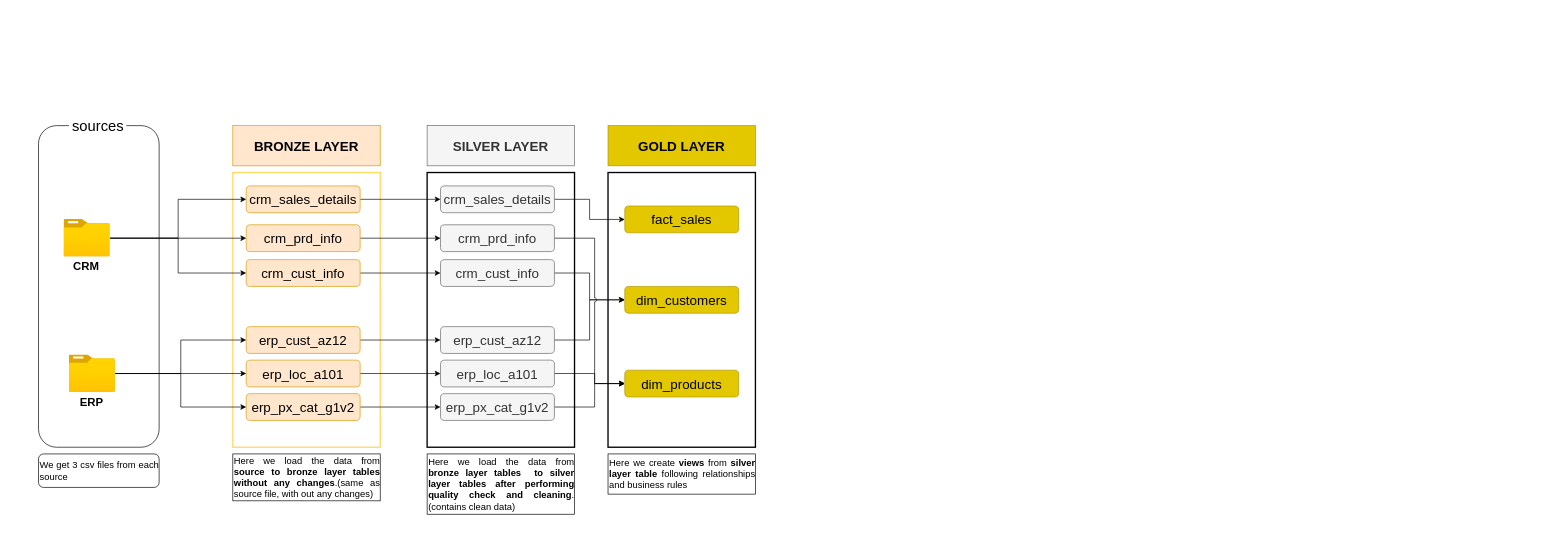
The draw.io diagram Document/Architecture.drawio in nithin831/postgress_dwh_and_analysis_project, before the edit. Source tidied: cells renumbered, new cells numbered last; positions are measured from the earlier drawing's top-left corner, leaving out a move shared by most shapes. Both pictures are drawn from the tidied source at 67%, with x=0, y=0 at pixel (38, 116).
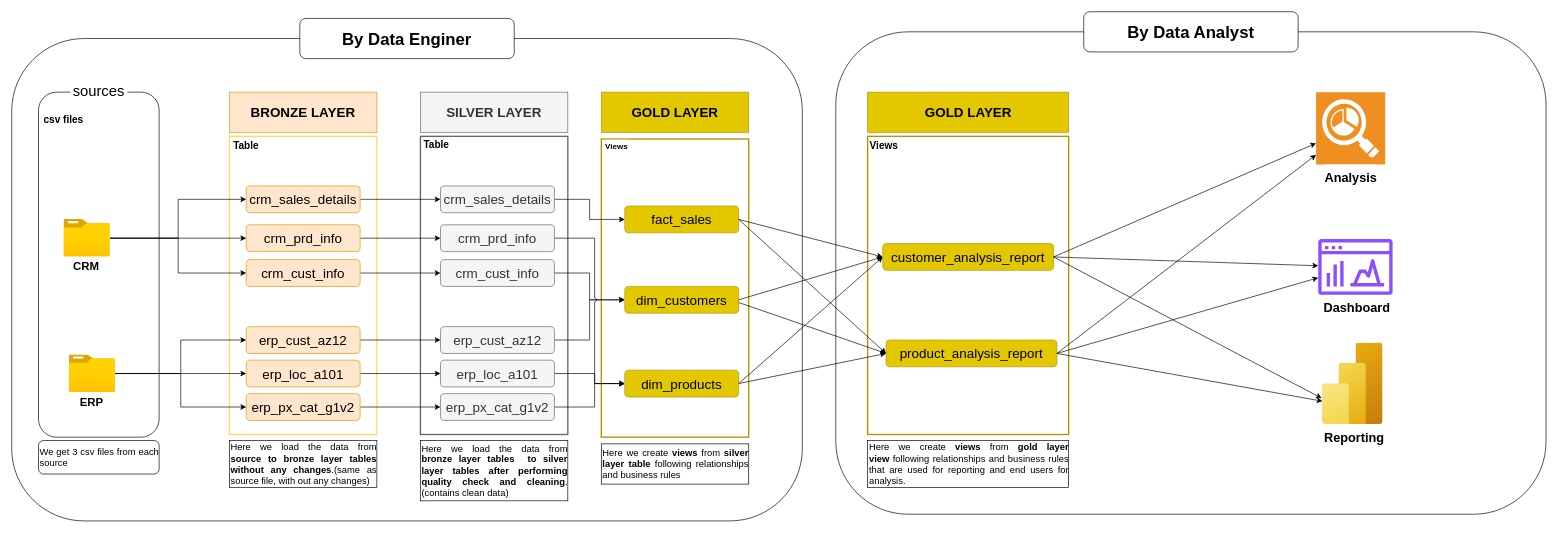
The same diagram, later.

Commit message (it also covers changes not shown here):
data_analysis

The change refers to these unchanged cells:
```xml
<mxCell id="47" value="&lt;font style=&quot;font-size: 20px;&quot;&gt;dim_customers&lt;/font&gt;" style="rounded=1;whiteSpace=wrap;html=1;fillColor=#e3c800;strokeColor=#B09500;fontColor=#000000;" parent="1" vertex="1">
  <mxGeometry x="875" y="254" width="170" height="40" as="geometry" />
</mxCell>
<mxCell id="48" value="&lt;font style=&quot;font-size: 20px;&quot;&gt;fact_sales&lt;/font&gt;" style="rounded=1;whiteSpace=wrap;html=1;fillColor=#e3c800;strokeColor=#B09500;fontColor=#000000;" parent="1" vertex="1">
  <mxGeometry x="875" y="134" width="170" height="40" as="geometry" />
</mxCell>
<mxCell id="49" value="&lt;font style=&quot;font-size: 20px;&quot;&gt;dim_products&lt;/font&gt;" style="rounded=1;whiteSpace=wrap;html=1;fillColor=#e3c800;strokeColor=#B09500;fontColor=#000000;" parent="1" vertex="1">
  <mxGeometry x="875" y="379" width="170" height="40" as="geometry" />
</mxCell>
```

Diff of the diagram source:
```diff
@@
+    <mxCell id="51" style="rounded=1;whiteSpace=wrap;html=1;" parent="1" vertex="1">
+      <mxGeometry x="1190" y="-126" width="1060" height="720" as="geometry" />
+    </mxCell>
+    <mxCell id="52" style="rounded=1;whiteSpace=wrap;html=1;" parent="1" vertex="1">
+      <mxGeometry x="-40" y="-116" width="1180" height="720" as="geometry" />
+    </mxCell>
-    <mxCell id="2" style="rounded=0;whiteSpace=wrap;html=1;strokeWidth=2;" parent="1" vertex="1">
-      <mxGeometry x="850" y="84" width="220" height="410" as="geometry" />
+    <mxCell id="2" style="rounded=0;whiteSpace=wrap;html=1;strokeWidth=2;fillColor=none;fontColor=#000000;strokeColor=#B09500;" parent="1" vertex="1">
+      <mxGeometry x="840" y="34" width="220" height="445" as="geometry" />
     </mxCell>
-    <mxCell id="3" style="rounded=0;whiteSpace=wrap;html=1;strokeWidth=2;" parent="1" vertex="1">
-      <mxGeometry x="580" y="84" width="220" height="410" as="geometry" />
+    <mxCell id="3" style="rounded=0;whiteSpace=wrap;html=1;strokeWidth=2;fillColor=none;gradientColor=#b3b3b3;strokeColor=#666666;" parent="1" vertex="1">
+      <mxGeometry x="570" y="30" width="220" height="445" as="geometry" />
     </mxCell>
     <mxCell id="4" style="rounded=1;whiteSpace=wrap;html=1;gradientColor=none;fillColor=default;fillStyle=auto;glass=0;" parent="1" vertex="1">
-      <mxGeometry y="14" width="180" height="480" as="geometry" />
+      <mxGeometry y="-36" width="180" height="515" as="geometry" />
     </mxCell>
@@
     <mxCell id="7" value="&lt;font style=&quot;font-size: 22px;&quot;&gt;sources&lt;/font&gt;" style="rounded=0;whiteSpace=wrap;html=1;strokeColor=none;" parent="1" vertex="1">
-      <mxGeometry x="45.5" width="85.5" height="30" as="geometry" />
+      <mxGeometry x="47.2" y="-52" width="85.5" height="30" as="geometry" />
     </mxCell>
@@
     <mxCell id="10" style="rounded=0;whiteSpace=wrap;html=1;strokeColor=#FFD966;strokeWidth=2;" parent="1" vertex="1">
-      <mxGeometry x="290" y="84" width="220" height="410" as="geometry" />
+      <mxGeometry x="285" y="30" width="220" height="445" as="geometry" />
     </mxCell>
     <mxCell id="11" value="&lt;font style=&quot;font-size: 20px;&quot;&gt;&lt;b&gt;BRONZE LAYER&lt;/b&gt;&lt;/font&gt;" style="rounded=0;whiteSpace=wrap;html=1;fillColor=#ffe6cc;strokeColor=#d79b00;" parent="1" vertex="1">
-      <mxGeometry x="290" y="14" width="220" height="60" as="geometry" />
+      <mxGeometry x="285" y="-36" width="220" height="60" as="geometry" />
     </mxCell>
@@
     <mxCell id="30" value="&lt;font style=&quot;font-size: 20px;&quot;&gt;&lt;b&gt;SILVER LAYER&lt;/b&gt;&lt;/font&gt;" style="rounded=0;whiteSpace=wrap;html=1;fillColor=#f5f5f5;strokeColor=#666666;fontColor=#333333;" parent="1" vertex="1">
-      <mxGeometry x="580" y="14" width="220" height="60" as="geometry" />
+      <mxGeometry x="570" y="-36" width="220" height="60" as="geometry" />
     </mxCell>
@@
     <mxCell id="43" value="&lt;div style=&quot;text-align: justify;&quot;&gt;&lt;span style=&quot;background-color: transparent; color: light-dark(rgb(0, 0, 0), rgb(255, 255, 255));&quot;&gt;&lt;font style=&quot;font-size: 14px;&quot;&gt;Here we load the data from &lt;b&gt;source to bronze layer tables without any changes&lt;/b&gt;.(same as source file, with out any changes)&lt;/font&gt;&lt;/span&gt;&lt;/div&gt;" style="rounded=0;whiteSpace=wrap;html=1;align=left;perimeterSpacing=0;" parent="1" vertex="1">
-      <mxGeometry x="290" y="504" width="220" height="70" as="geometry" />
+      <mxGeometry x="285" y="484" width="220" height="70" as="geometry" />
     </mxCell>
     <mxCell id="44" value="&lt;div style=&quot;text-align: justify;&quot;&gt;&lt;font style=&quot;font-size: 14px;&quot;&gt;We get 3 csv files from each source&amp;nbsp;&lt;/font&gt;&lt;/div&gt;" style="rounded=1;whiteSpace=wrap;html=1;align=left;" parent="1" vertex="1">
-      <mxGeometry y="504" width="180" height="50" as="geometry" />
+      <mxGeometry y="484" width="180" height="50" as="geometry" />
     </mxCell>
     <mxCell id="45" value="&lt;div style=&quot;text-align: justify;&quot;&gt;&lt;span style=&quot;background-color: transparent; color: light-dark(rgb(0, 0, 0), rgb(255, 255, 255));&quot;&gt;&lt;font style=&quot;font-size: 14px;&quot;&gt;Here we load the data from &lt;b&gt;bronze layer tables&amp;nbsp; to silver layer tables after performing quality check and cleaning&lt;/b&gt;.(contains clean data)&lt;/font&gt;&lt;/span&gt;&lt;/div&gt;" style="rounded=0;whiteSpace=wrap;html=1;align=left;perimeterSpacing=0;" parent="1" vertex="1">
-      <mxGeometry x="580" y="504" width="220" height="90" as="geometry" />
+      <mxGeometry x="570" y="484" width="220" height="90" as="geometry" />
     </mxCell>
     <mxCell id="46" value="&lt;font style=&quot;font-size: 20px;&quot;&gt;&lt;b&gt;GOLD LAYER&lt;/b&gt;&lt;/font&gt;" style="rounded=0;whiteSpace=wrap;html=1;fillColor=#e3c800;strokeColor=#B09500;fontColor=#000000;" parent="1" vertex="1">
-      <mxGeometry x="850" y="14" width="220" height="60" as="geometry" />
+      <mxGeometry x="840" y="-36" width="220" height="60" as="geometry" />
     </mxCell>
@@
     <mxCell id="50" value="&lt;div style=&quot;text-align: justify;&quot;&gt;&lt;span style=&quot;background-color: transparent; color: light-dark(rgb(0, 0, 0), rgb(255, 255, 255));&quot;&gt;&lt;font style=&quot;font-size: 14px;&quot;&gt;Here we create &lt;b&gt;views &lt;/b&gt;from &lt;b&gt;silver layer table &lt;/b&gt;following relationships and business rules&lt;/font&gt;&lt;/span&gt;&lt;/div&gt;" style="rounded=0;whiteSpace=wrap;html=1;align=left;perimeterSpacing=0;" parent="1" vertex="1">
-      <mxGeometry x="850" y="504" width="220" height="60" as="geometry" />
+      <mxGeometry x="840" y="489" width="220" height="60" as="geometry" />
     </mxCell>
+    <mxCell id="53" style="shadow=0;dashed=0;html=1;strokeColor=none;fillColor=#EF8F21;labelPosition=center;verticalLabelPosition=bottom;verticalAlign=top;align=center;outlineConnect=0;shape=mxgraph.veeam.reporting;" parent="1" vertex="1">
+      <mxGeometry x="1906.8" y="-36" width="103.2" height="108" as="geometry" />
+    </mxCell>
+    <mxCell id="54" value="&lt;font style=&quot;font-size: 25px;&quot;&gt;&lt;b&gt;By Data Enginer&lt;/b&gt;&lt;/font&gt;" style="rounded=1;whiteSpace=wrap;html=1;" parent="1" vertex="1">
+      <mxGeometry x="390" y="-146" width="320" height="60" as="geometry" />
+    </mxCell>
+    <mxCell id="55" style="image;html=1;points=[];align=center;fontSize=12;image=img/lib/azure2/analytics/Power_BI_Embedded.svg;" parent="1" vertex="1">
+      <mxGeometry x="1915.6" y="338.2" width="91.1" height="121.5" as="geometry" />
+    </mxCell>
+    <mxCell id="56" style="rounded=0;whiteSpace=wrap;html=1;strokeWidth=2;fillColor=none;fontColor=#000000;strokeColor=#B09500;" parent="1" vertex="1">
+      <mxGeometry x="1237.5" y="30" width="300" height="445" as="geometry" />
+    </mxCell>
+    <mxCell id="57" value="&lt;font style=&quot;font-size: 20px;&quot;&gt;&lt;b&gt;GOLD LAYER&lt;/b&gt;&lt;/font&gt;" style="rounded=0;whiteSpace=wrap;html=1;fillColor=#e3c800;strokeColor=#B09500;fontColor=#000000;" parent="1" vertex="1">
+      <mxGeometry x="1237.5" y="-36" width="300" height="60" as="geometry" />
+    </mxCell>
+    <mxCell id="58" value="&lt;span style=&quot;font-size: 20px;&quot;&gt;product_analysis_report&lt;/span&gt;" style="rounded=1;whiteSpace=wrap;html=1;fillColor=#e3c800;strokeColor=#B09500;fontColor=#000000;" parent="1" vertex="1">
+      <mxGeometry x="1265" y="334" width="255" height="40" as="geometry" />
+    </mxCell>
+    <mxCell id="59" value="&lt;font style=&quot;font-size: 20px;&quot;&gt;customer_analysis_report&lt;/font&gt;" style="rounded=1;whiteSpace=wrap;html=1;fillColor=#e3c800;strokeColor=#B09500;fontColor=#000000;" parent="1" vertex="1">
+      <mxGeometry x="1260" y="190" width="255" height="40" as="geometry" />
+    </mxCell>
+    <mxCell id="60" value="&lt;div style=&quot;text-align: justify;&quot;&gt;&lt;span style=&quot;background-color: transparent; color: light-dark(rgb(0, 0, 0), rgb(255, 255, 255));&quot;&gt;&lt;font style=&quot;font-size: 14px;&quot;&gt;Here we create &lt;b&gt;views &lt;/b&gt;from &lt;b&gt;gold layer view&amp;nbsp;&lt;/b&gt;following relationships and business rules that are used for reporting and end users for analysis.&lt;/font&gt;&lt;/span&gt;&lt;/div&gt;" style="rounded=0;whiteSpace=wrap;html=1;align=left;perimeterSpacing=0;" parent="1" vertex="1">
+      <mxGeometry x="1237.5" y="484" width="300" height="70" as="geometry" />
+    </mxCell>
+    <mxCell id="61" style="endArrow=classic;html=1;rounded=0;exitX=1;exitY=0.5;exitDx=0;exitDy=0;entryX=0;entryY=0.5;entryDx=0;entryDy=0;" parent="1" edge="1" source="48" target="59">
+      <mxGeometry relative="1" as="geometry" />
+    </mxCell>
+    <mxCell id="62" style="endArrow=classic;html=1;rounded=0;exitX=1;exitY=0.5;exitDx=0;exitDy=0;entryX=0;entryY=0.5;entryDx=0;entryDy=0;" parent="1" edge="1" source="49" target="58">
+      <mxGeometry relative="1" as="geometry" />
+    </mxCell>
+    <mxCell id="63" style="endArrow=classic;html=1;rounded=0;entryX=0;entryY=0.5;entryDx=0;entryDy=0;exitX=1;exitY=0.5;exitDx=0;exitDy=0;" parent="1" edge="1" source="48" target="58">
+      <mxGeometry relative="1" as="geometry" />
+    </mxCell>
+    <mxCell id="64" style="endArrow=classic;html=1;rounded=0;exitX=1;exitY=0.5;exitDx=0;exitDy=0;entryX=0;entryY=0.5;entryDx=0;entryDy=0;" parent="1" edge="1" source="47" target="59">
+      <mxGeometry relative="1" as="geometry" />
+    </mxCell>
+    <mxCell id="65" style="endArrow=classic;html=1;rounded=0;exitX=1;exitY=0.5;exitDx=0;exitDy=0;" parent="1" edge="1" source="59" target="53">
+      <mxGeometry relative="1" as="geometry" />
+    </mxCell>
+    <mxCell id="66" style="endArrow=classic;html=1;rounded=0;exitX=1;exitY=0.5;exitDx=0;exitDy=0;entryX=0;entryY=0.5;entryDx=0;entryDy=0;" parent="1" edge="1" target="58">
+      <mxGeometry relative="1" as="geometry">
+        <mxPoint x="1045" y="278" as="sourcePoint" />
+      </mxGeometry>
+    </mxCell>
+    <mxCell id="67" style="endArrow=classic;html=1;rounded=0;exitX=1;exitY=0.5;exitDx=0;exitDy=0;entryX=0;entryY=0.5;entryDx=0;entryDy=0;" parent="1" edge="1" source="49" target="59">
+      <mxGeometry relative="1" as="geometry" />
+    </mxCell>
+    <mxCell id="68" value="&lt;font style=&quot;font-size: 19px;&quot;&gt;&lt;b&gt;Analysis&lt;/b&gt;&lt;/font&gt;" style="rounded=1;whiteSpace=wrap;html=1;strokeColor=none;" parent="1" vertex="1">
+      <mxGeometry x="1915.6" y="72" width="85.5" height="40" as="geometry" />
+    </mxCell>
+    <mxCell id="69" style="sketch=0;outlineConnect=0;fontColor=#232F3E;gradientColor=none;fillColor=#8C4FFF;strokeColor=none;dashed=0;verticalLabelPosition=bottom;verticalAlign=top;align=center;html=1;fontSize=12;fontStyle=0;shape=mxgraph.aws4.opensearch_dashboards;" parent="1" vertex="1">
+      <mxGeometry x="1910" y="183" width="111" height="84" as="geometry" />
+    </mxCell>
+    <mxCell id="70" value="&lt;font style=&quot;font-size: 19px;&quot;&gt;&lt;b&gt;Dashboard&lt;/b&gt;&lt;/font&gt;" style="rounded=1;whiteSpace=wrap;html=1;strokeColor=none;" parent="1" vertex="1">
+      <mxGeometry x="1924.5" y="267" width="85.5" height="40" as="geometry" />
+    </mxCell>
+    <mxCell id="71" value="&lt;font style=&quot;font-size: 19px;&quot;&gt;&lt;b&gt;Reporting&lt;/b&gt;&lt;/font&gt;" style="rounded=1;whiteSpace=wrap;html=1;strokeColor=none;" parent="1" vertex="1">
+      <mxGeometry x="1921.2" y="459.8" width="85.5" height="40" as="geometry" />
+    </mxCell>
+    <mxCell id="72" style="endArrow=classic;html=1;rounded=0;exitX=1;exitY=0.5;exitDx=0;exitDy=0;" parent="1" edge="1" source="58" target="53">
+      <mxGeometry relative="1" as="geometry" />
+    </mxCell>
+    <mxCell id="73" style="endArrow=classic;html=1;rounded=0;exitX=1;exitY=0.5;exitDx=0;exitDy=0;" parent="1" edge="1" source="59" target="69">
+      <mxGeometry relative="1" as="geometry" />
+    </mxCell>
+    <mxCell id="74" style="endArrow=classic;html=1;rounded=0;exitX=1;exitY=0.5;exitDx=0;exitDy=0;" parent="1" edge="1" source="58" target="69">
+      <mxGeometry relative="1" as="geometry" />
+    </mxCell>
+    <mxCell id="75" style="endArrow=classic;html=1;rounded=0;exitX=1;exitY=0.5;exitDx=0;exitDy=0;entryX=-0.005;entryY=0.68;entryDx=0;entryDy=0;entryPerimeter=0;" parent="1" edge="1" source="59" target="55">
+      <mxGeometry relative="1" as="geometry" />
+    </mxCell>
+    <mxCell id="76" style="endArrow=classic;html=1;rounded=0;exitX=1;exitY=0.5;exitDx=0;exitDy=0;entryX=0.008;entryY=0.717;entryDx=0;entryDy=0;entryPerimeter=0;" parent="1" edge="1" source="58" target="55">
+      <mxGeometry relative="1" as="geometry" />
+    </mxCell>
+    <mxCell id="77" value="&lt;font style=&quot;font-size: 25px;&quot;&gt;&lt;b&gt;By Data Analyst&lt;/b&gt;&lt;/font&gt;" style="rounded=1;whiteSpace=wrap;html=1;" parent="1" vertex="1">
+      <mxGeometry x="1560" y="-156" width="320" height="60" as="geometry" />
+    </mxCell>
+    <mxCell id="78" value="&lt;font style=&quot;font-size: 15px;&quot;&gt;csv files&lt;/font&gt;" style="rounded=1;whiteSpace=wrap;html=1;fontStyle=1;strokeColor=none;" parent="1" vertex="1">
+      <mxGeometry x="3.2" y="-6" width="69" height="20" as="geometry" />
+    </mxCell>
+    <mxCell id="79" value="&lt;font style=&quot;font-size: 15px;&quot;&gt;Table&lt;/font&gt;" style="rounded=1;whiteSpace=wrap;html=1;fontStyle=1;strokeColor=none;" parent="1" vertex="1">
+      <mxGeometry x="290" y="34" width="40" height="20" as="geometry" />
+    </mxCell>
+    <mxCell id="80" value="&lt;font style=&quot;font-size: 15px;&quot;&gt;Table&lt;/font&gt;" style="rounded=1;whiteSpace=wrap;html=1;fontStyle=1;strokeColor=none;" parent="1" vertex="1">
+      <mxGeometry x="574" y="32" width="40" height="20" as="geometry" />
+    </mxCell>
+    <mxCell id="81" value="Views" style="rounded=1;whiteSpace=wrap;html=1;fontStyle=1;strokeColor=none;" parent="1" vertex="1">
+      <mxGeometry x="843" y="35" width="40" height="20" as="geometry" />
+    </mxCell>
+    <mxCell id="82" value="&lt;font style=&quot;font-size: 15px;&quot;&gt;Views&lt;/font&gt;" style="rounded=1;whiteSpace=wrap;html=1;fontStyle=1;strokeColor=none;" parent="1" vertex="1">
+      <mxGeometry x="1242" y="33" width="40" height="20" as="geometry" />
+    </mxCell>
```
